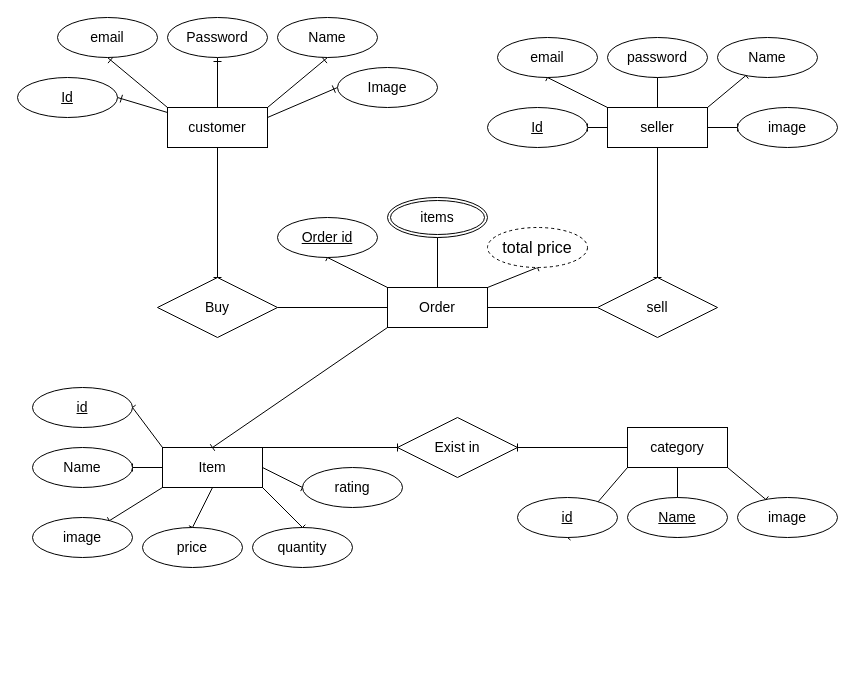
Earlier version of the draw.io diagram Diagrams/aswakERD.drawio (DiaaAhmedHassan/aswak). Source tidied: cells renumbered, new cells numbered last; positions are measured from the earlier drawing's top-left corner, leaving out a move shared by most shapes. Both pictures are drawn from the tidied source at 100%, with x=0, y=0 at pixel (17, 17).
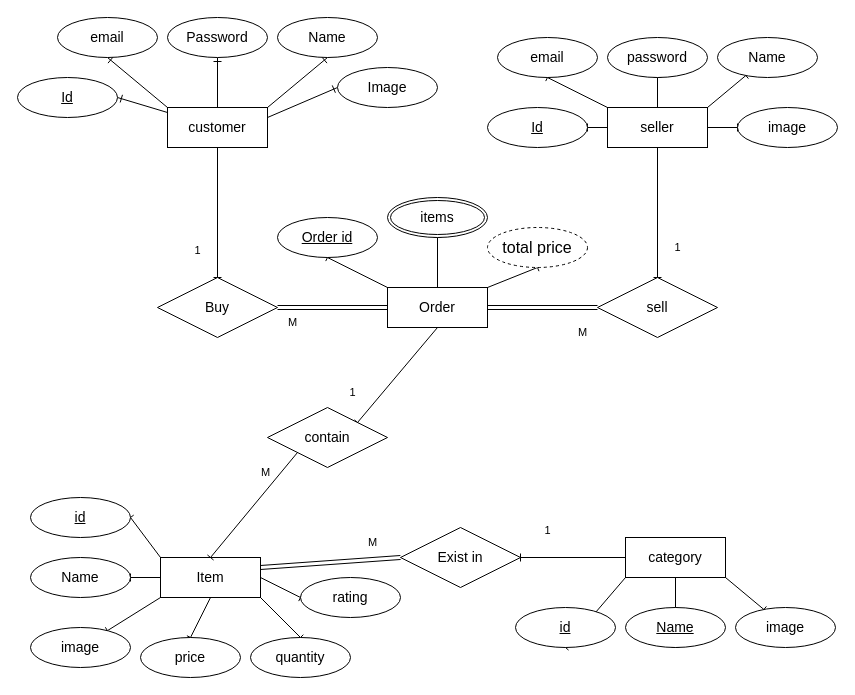
The same page after the edit.

Unchanged cells that the change refers to:
```xml
<mxCell id="53" value="&lt;font style=&quot;font-size: 14px;&quot;&gt;Order&lt;/font&gt;" style="whiteSpace=wrap;html=1;align=center;fontFamily=Helvetica;fontSize=11;fontColor=default;" parent="1" vertex="1">
  <mxGeometry x="370" y="270" width="100" height="40" as="geometry" />
</mxCell>
<mxCell id="58" value="&lt;font style=&quot;font-size: 14px;&quot;&gt;sell&lt;/font&gt;" style="shape=rhombus;perimeter=rhombusPerimeter;whiteSpace=wrap;html=1;align=center;fontFamily=Helvetica;fontSize=11;fontColor=default;" parent="1" vertex="1">
  <mxGeometry x="580" y="260" width="120" height="60" as="geometry" />
</mxCell>
<mxCell id="60" value="&lt;font style=&quot;font-size: 14px;&quot;&gt;Buy&lt;/font&gt;" style="shape=rhombus;perimeter=rhombusPerimeter;whiteSpace=wrap;html=1;align=center;fontFamily=Helvetica;fontSize=11;fontColor=default;" parent="1" vertex="1">
  <mxGeometry x="140" y="260" width="120" height="60" as="geometry" />
</mxCell>
```

Diff of the diagram source:
```diff
@@
     <mxCell id="20" value="category" style="whiteSpace=wrap;html=1;align=center;spacing=2;fontSize=14;" parent="1" vertex="1">
-      <mxGeometry x="610" y="410" width="100" height="40" as="geometry" />
+      <mxGeometry x="608" y="520" width="100" height="40" as="geometry" />
     </mxCell>
@@
-    <mxCell id="27" style="shape=connector;rounded=0;jettySize=auto;html=1;exitX=1;exitY=0;exitDx=0;exitDy=0;entryX=0;entryY=0.5;entryDx=0;entryDy=0;labelBackgroundColor=default;strokeColor=default;align=center;verticalAlign=middle;fontFamily=Helvetica;fontSize=14;fontColor=default;endArrow=baseDash;endFill=0;" parent="1" edge="1" source="28" target="48">
+    <mxCell id="27" style="shape=link;rounded=0;jettySize=auto;html=1;exitX=1;exitY=0.25;exitDx=0;exitDy=0;entryX=0;entryY=0.5;entryDx=0;entryDy=0;labelBackgroundColor=default;strokeColor=default;align=center;verticalAlign=middle;fontFamily=Helvetica;fontSize=14;fontColor=default;endArrow=baseDash;endFill=0;" parent="1" edge="1" source="28" target="48">
       <mxGeometry relative="1" as="geometry" />
     </mxCell>
     <mxCell id="28" value="Item" style="whiteSpace=wrap;html=1;align=center;spacing=2;fontSize=14;" parent="1" vertex="1">
-      <mxGeometry x="145" y="430" width="100" height="40" as="geometry" />
+      <mxGeometry x="143" y="540" width="100" height="40" as="geometry" />
     </mxCell>
@@
     <mxCell id="39" value="&lt;u style=&quot;font-size: 14px;&quot;&gt;id&lt;/u&gt;" style="ellipse;whiteSpace=wrap;html=1;align=center;fontSize=14;" parent="1" vertex="1">
-      <mxGeometry x="500" y="480" width="100" height="40" as="geometry" />
+      <mxGeometry x="498" y="590" width="100" height="40" as="geometry" />
     </mxCell>
     <mxCell id="40" value="&lt;span style=&quot;font-size: 14px;&quot;&gt;&lt;u style=&quot;font-size: 14px;&quot;&gt;Name&lt;/u&gt;&lt;/span&gt;" style="ellipse;whiteSpace=wrap;html=1;align=center;fontSize=14;" parent="1" vertex="1">
-      <mxGeometry x="610" y="480" width="100" height="40" as="geometry" />
+      <mxGeometry x="608" y="590" width="100" height="40" as="geometry" />
     </mxCell>
     <mxCell id="41" value="&lt;span style=&quot;font-size: 14px;&quot;&gt;image&lt;/span&gt;" style="ellipse;whiteSpace=wrap;html=1;align=center;fontSize=14;" parent="1" vertex="1">
-      <mxGeometry x="720" y="480" width="100" height="40" as="geometry" />
+      <mxGeometry x="718" y="590" width="100" height="40" as="geometry" />
     </mxCell>
     <mxCell id="42" value="&lt;u style=&quot;font-size: 14px;&quot;&gt;&lt;font style=&quot;font-size: 14px;&quot;&gt;id&lt;/font&gt;&lt;/u&gt;" style="ellipse;whiteSpace=wrap;html=1;align=center;fontSize=14;" parent="1" vertex="1">
-      <mxGeometry x="15" y="370" width="100" height="40" as="geometry" />
+      <mxGeometry x="13" y="480" width="100" height="40" as="geometry" />
     </mxCell>
     <mxCell id="43" value="&lt;span style=&quot;font-size: 14px;&quot;&gt;Name&lt;/span&gt;" style="ellipse;whiteSpace=wrap;html=1;align=center;fontSize=14;" parent="1" vertex="1">
-      <mxGeometry x="15" y="430" width="100" height="40" as="geometry" />
+      <mxGeometry x="13" y="540" width="100" height="40" as="geometry" />
     </mxCell>
     <mxCell id="44" value="&lt;span style=&quot;font-size: 14px;&quot;&gt;image&lt;/span&gt;" style="ellipse;whiteSpace=wrap;html=1;align=center;fontSize=14;" parent="1" vertex="1">
-      <mxGeometry x="15" y="500" width="100" height="40" as="geometry" />
+      <mxGeometry x="13" y="610" width="100" height="40" as="geometry" />
     </mxCell>
     <mxCell id="45" value="&lt;span style=&quot;font-size: 14px;&quot;&gt;price&lt;/span&gt;" style="ellipse;whiteSpace=wrap;html=1;align=center;fontSize=14;" parent="1" vertex="1">
-      <mxGeometry x="125" y="510" width="100" height="40" as="geometry" />
+      <mxGeometry x="123" y="620" width="100" height="40" as="geometry" />
     </mxCell>
     <mxCell id="46" value="&lt;span style=&quot;font-size: 14px;&quot;&gt;quantity&lt;/span&gt;" style="ellipse;whiteSpace=wrap;html=1;align=center;fontSize=14;" parent="1" vertex="1">
-      <mxGeometry x="235" y="510" width="100" height="40" as="geometry" />
+      <mxGeometry x="233" y="620" width="100" height="40" as="geometry" />
     </mxCell>
     <mxCell id="47" value="&lt;span style=&quot;font-size: 14px;&quot;&gt;rating&lt;/span&gt;" style="ellipse;whiteSpace=wrap;html=1;align=center;fontSize=14;" parent="1" vertex="1">
-      <mxGeometry x="285" y="450" width="100" height="40" as="geometry" />
+      <mxGeometry x="283" y="560" width="100" height="40" as="geometry" />
     </mxCell>
     <mxCell id="48" value="Exist in" style="shape=rhombus;perimeter=rhombusPerimeter;whiteSpace=wrap;html=1;align=center;fontFamily=Helvetica;fontSize=14;fontColor=default;" parent="1" vertex="1">
-      <mxGeometry x="380" y="400" width="120" height="60" as="geometry" />
+      <mxGeometry x="383" y="510" width="120" height="60" as="geometry" />
     </mxCell>
@@
-    <mxCell id="52" style="shape=connector;rounded=0;jettySize=auto;html=1;exitX=0;exitY=1;exitDx=0;exitDy=0;entryX=0.5;entryY=0;entryDx=0;entryDy=0;labelBackgroundColor=default;strokeColor=default;align=center;verticalAlign=middle;fontFamily=Helvetica;fontSize=11;fontColor=default;endArrow=baseDash;endFill=0;" parent="1" edge="1" source="53" target="28">
-      <mxGeometry relative="1" as="geometry" />
-    </mxCell>
+    <mxCell id="61" style="shape=connector;rounded=0;jettySize=auto;html=1;exitX=0.5;exitY=1;exitDx=0;exitDy=0;entryX=1;entryY=0;entryDx=0;entryDy=0;labelBackgroundColor=default;strokeColor=default;align=center;verticalAlign=middle;fontFamily=Helvetica;fontSize=11;fontColor=default;endArrow=baseDash;endFill=0;" parent="1" edge="1" source="53" target="65">
+      <mxGeometry relative="1" as="geometry" />
+    </mxCell>
@@
-    <mxCell id="57" style="shape=connector;rounded=0;jettySize=auto;html=1;exitX=0;exitY=0.5;exitDx=0;exitDy=0;entryX=1;entryY=0.5;entryDx=0;entryDy=0;labelBackgroundColor=default;strokeColor=default;align=center;verticalAlign=middle;fontFamily=Helvetica;fontSize=11;fontColor=default;endArrow=baseDash;endFill=0;" parent="1" edge="1" source="58" target="53">
+    <mxCell id="57" style="shape=link;rounded=0;jettySize=auto;html=1;exitX=0;exitY=0.5;exitDx=0;exitDy=0;entryX=1;entryY=0.5;entryDx=0;entryDy=0;labelBackgroundColor=default;strokeColor=default;align=center;verticalAlign=middle;fontFamily=Helvetica;fontSize=11;fontColor=default;endArrow=baseDash;endFill=0;" parent="1" edge="1" source="58" target="53">
       <mxGeometry relative="1" as="geometry" />
     </mxCell>
@@
-    <mxCell id="59" style="shape=connector;rounded=0;jettySize=auto;html=1;exitX=1;exitY=0.5;exitDx=0;exitDy=0;entryX=0;entryY=0.5;entryDx=0;entryDy=0;labelBackgroundColor=default;strokeColor=default;align=center;verticalAlign=middle;fontFamily=Helvetica;fontSize=11;fontColor=default;endArrow=baseDash;endFill=0;" parent="1" edge="1" source="60" target="53">
+    <mxCell id="59" style="shape=link;rounded=0;jettySize=auto;html=1;exitX=1;exitY=0.5;exitDx=0;exitDy=0;entryX=0;entryY=0.5;entryDx=0;entryDy=0;labelBackgroundColor=default;strokeColor=default;align=center;verticalAlign=middle;fontFamily=Helvetica;fontSize=11;fontColor=default;endArrow=baseDash;endFill=0;" parent="1" edge="1" source="60" target="53">
       <mxGeometry relative="1" as="geometry" />
     </mxCell>
@@
+    <mxCell id="62" value="1" style="text;html=1;align=center;verticalAlign=middle;strokeColor=none;fillColor=none;fontSize=11;fontFamily=Helvetica;fontColor=default;" parent="1" vertex="1">
+      <mxGeometry x="645" y="215" width="30" height="30" as="geometry" />
+    </mxCell>
+    <mxCell id="63" value="M" style="text;html=1;align=center;verticalAlign=middle;strokeColor=none;fillColor=none;fontSize=11;fontFamily=Helvetica;fontColor=default;" parent="1" vertex="1">
+      <mxGeometry x="550" y="300" width="30" height="30" as="geometry" />
+    </mxCell>
+    <mxCell id="64" style="shape=connector;rounded=0;jettySize=auto;html=1;exitX=0;exitY=1;exitDx=0;exitDy=0;entryX=0.5;entryY=0;entryDx=0;entryDy=0;labelBackgroundColor=default;strokeColor=default;align=center;verticalAlign=middle;fontFamily=Helvetica;fontSize=11;fontColor=default;endArrow=baseDash;endFill=0;" parent="1" edge="1" source="65" target="28">
+      <mxGeometry relative="1" as="geometry" />
+    </mxCell>
+    <mxCell id="65" value="&lt;font style=&quot;font-size: 14px;&quot;&gt;contain&lt;/font&gt;" style="shape=rhombus;perimeter=rhombusPerimeter;whiteSpace=wrap;html=1;align=center;fontFamily=Helvetica;fontSize=11;fontColor=default;" parent="1" vertex="1">
+      <mxGeometry x="250" y="390" width="120" height="60" as="geometry" />
+    </mxCell>
+    <mxCell id="66" value="1" style="text;html=1;align=center;verticalAlign=middle;strokeColor=none;fillColor=none;fontSize=11;fontFamily=Helvetica;fontColor=default;" parent="1" vertex="1">
+      <mxGeometry x="320" y="360" width="30" height="30" as="geometry" />
+    </mxCell>
+    <mxCell id="67" value="M" style="text;html=1;align=center;verticalAlign=middle;strokeColor=none;fillColor=none;fontSize=11;fontFamily=Helvetica;fontColor=default;" parent="1" vertex="1">
+      <mxGeometry x="233" y="440" width="30" height="30" as="geometry" />
+    </mxCell>
+    <mxCell id="68" value="1" style="text;html=1;align=center;verticalAlign=middle;strokeColor=none;fillColor=none;fontSize=11;fontFamily=Helvetica;fontColor=default;" parent="1" vertex="1">
+      <mxGeometry x="165" y="218" width="30" height="30" as="geometry" />
+    </mxCell>
+    <mxCell id="69" value="M" style="text;html=1;align=center;verticalAlign=middle;strokeColor=none;fillColor=none;fontSize=11;fontFamily=Helvetica;fontColor=default;" parent="1" vertex="1">
+      <mxGeometry x="260" y="290" width="30" height="30" as="geometry" />
+    </mxCell>
+    <mxCell id="70" value="1" style="text;html=1;align=center;verticalAlign=middle;strokeColor=none;fillColor=none;fontSize=11;fontFamily=Helvetica;fontColor=default;" parent="1" vertex="1">
+      <mxGeometry x="515" y="498" width="30" height="30" as="geometry" />
+    </mxCell>
+    <mxCell id="71" value="M" style="text;html=1;align=center;verticalAlign=middle;strokeColor=none;fillColor=none;fontSize=11;fontFamily=Helvetica;fontColor=default;" parent="1" vertex="1">
+      <mxGeometry x="340" y="510" width="30" height="30" as="geometry" />
+    </mxCell>
```
